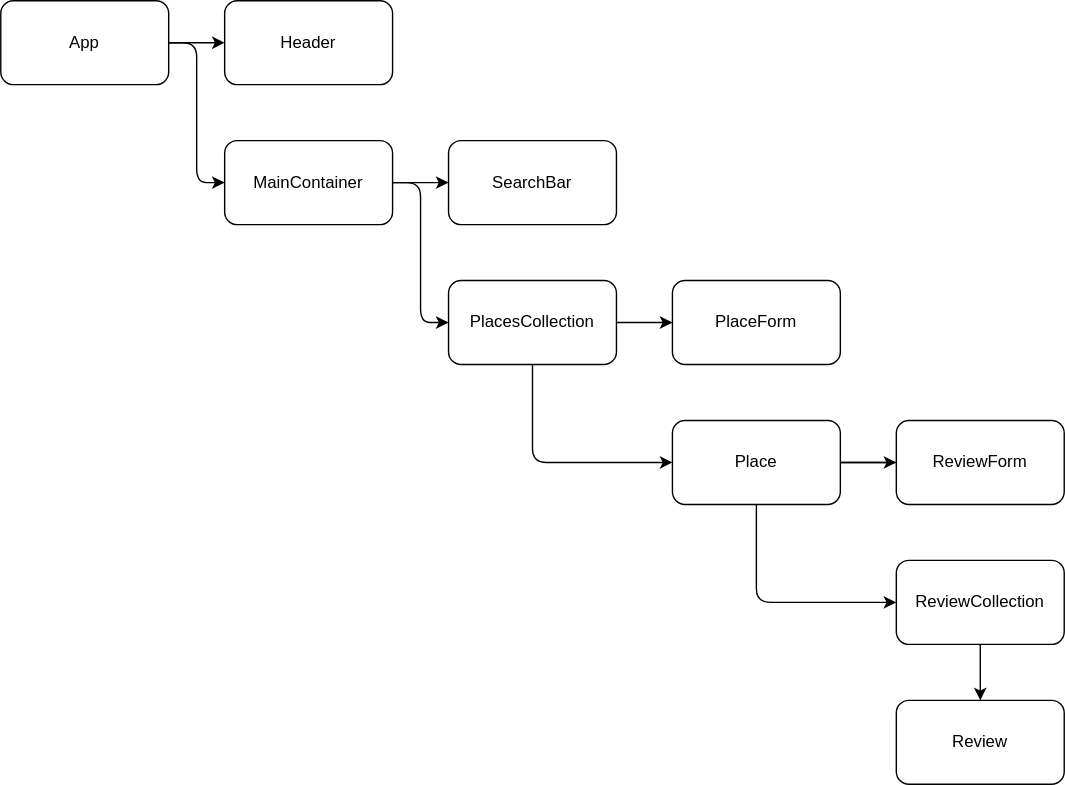
Above: diagram.svg in irakush/vacation-time (draw.io), before the change. Source tidied: cells renumbered, new cells last; positions are measured from the earlier drawing's top-left corner, leaving out a move shared by most shapes.
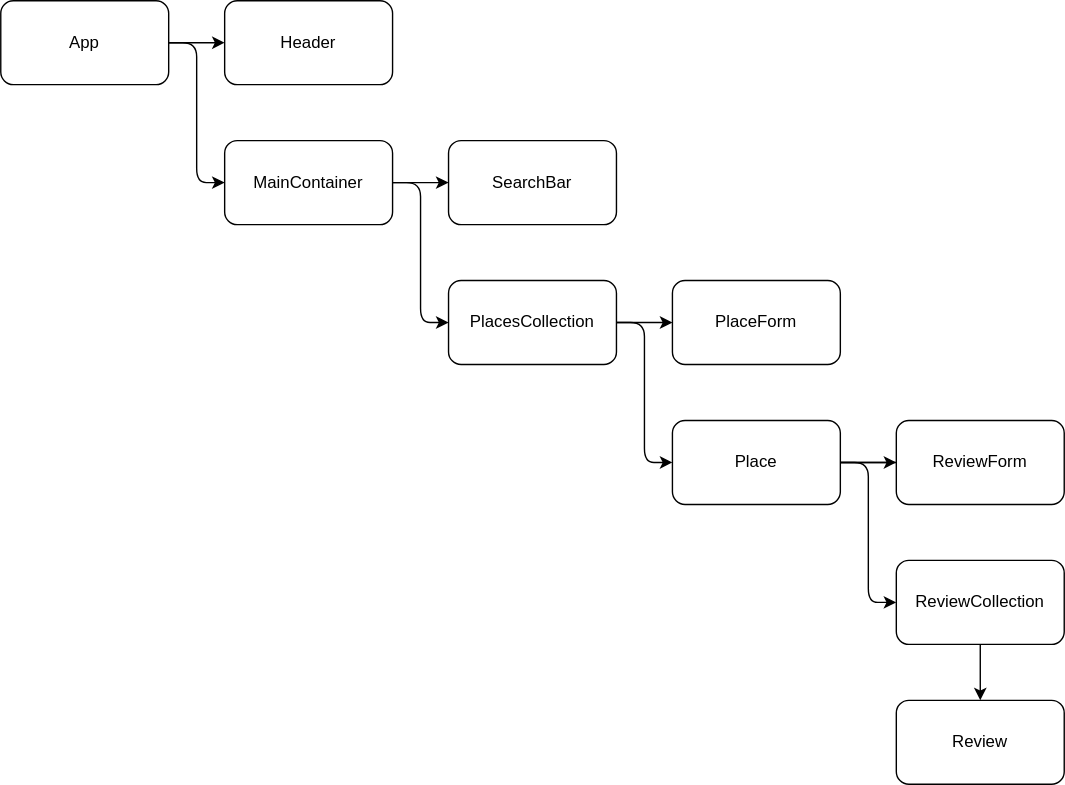
After the change.

Commit message:
cahnged the connection lines

The edit, as a diff of the source:
```diff
@@ -40,10 +40,11 @@
     <mxCell id="10" value="SearchBar" style="rounded=1;whiteSpace=wrap;html=1;" parent="1" vertex="1">
       <mxGeometry x="320" y="100" width="120" height="60" as="geometry" />
     </mxCell>
-    <mxCell id="11" style="edgeStyle=none;html=1;exitX=0.5;exitY=1;exitDx=0;exitDy=0;entryX=0;entryY=0.5;entryDx=0;entryDy=0;" parent="1" edge="1" source="12" target="15">
+    <mxCell id="11" style="edgeStyle=none;html=1;exitX=1;exitY=0.5;exitDx=0;exitDy=0;entryX=0;entryY=0.5;entryDx=0;entryDy=0;" parent="1" edge="1" source="12" target="15">
       <mxGeometry relative="1" as="geometry">
         <Array as="points">
-          <mxPoint x="380" y="330" />
+          <mxPoint x="460" y="230" />
+          <mxPoint x="460" y="330" />
         </Array>
       </mxGeometry>
     </mxCell>
@@ -53,10 +54,11 @@
     <mxCell id="13" style="edgeStyle=none;html=1;exitX=1;exitY=0.5;exitDx=0;exitDy=0;entryX=0;entryY=0.5;entryDx=0;entryDy=0;" parent="1" edge="1" source="15" target="21">
       <mxGeometry relative="1" as="geometry" />
     </mxCell>
-    <mxCell id="14" style="edgeStyle=none;html=1;exitX=0.5;exitY=1;exitDx=0;exitDy=0;entryX=0;entryY=0.5;entryDx=0;entryDy=0;startArrow=none;" parent="1" edge="1" source="15" target="18">
+    <mxCell id="14" style="edgeStyle=none;html=1;exitX=1;exitY=0.5;exitDx=0;exitDy=0;entryX=0;entryY=0.5;entryDx=0;entryDy=0;" parent="1" edge="1" source="15" target="18">
       <mxGeometry relative="1" as="geometry">
         <Array as="points">
-          <mxPoint x="540" y="430" />
+          <mxPoint x="620" y="330" />
+          <mxPoint x="620" y="430" />
         </Array>
       </mxGeometry>
     </mxCell>
```
